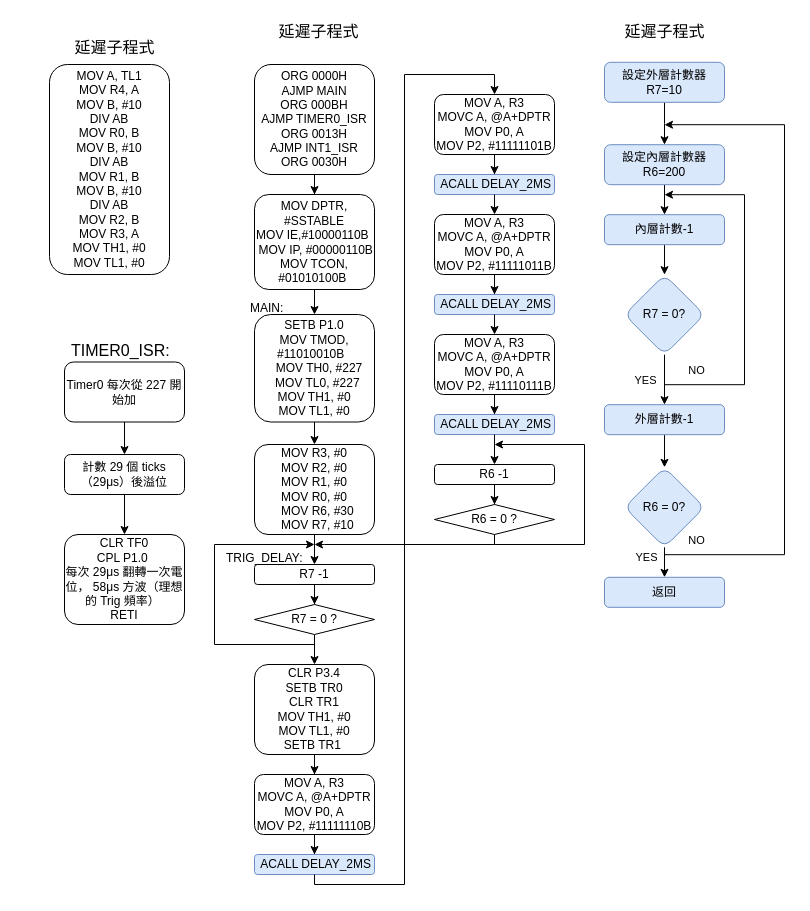
Earlier version of the draw.io diagram page "第 9 页" (9 of 9) of 未命名绘图.drawio (piting1104/se2). Source tidied: cells renumbered, new cells numbered last; positions are measured from the earlier drawing's top-left corner, leaving out a move shared by most shapes. Both pictures are drawn from the tidied source at 100%, with x=0, y=0 at pixel (49, 16).
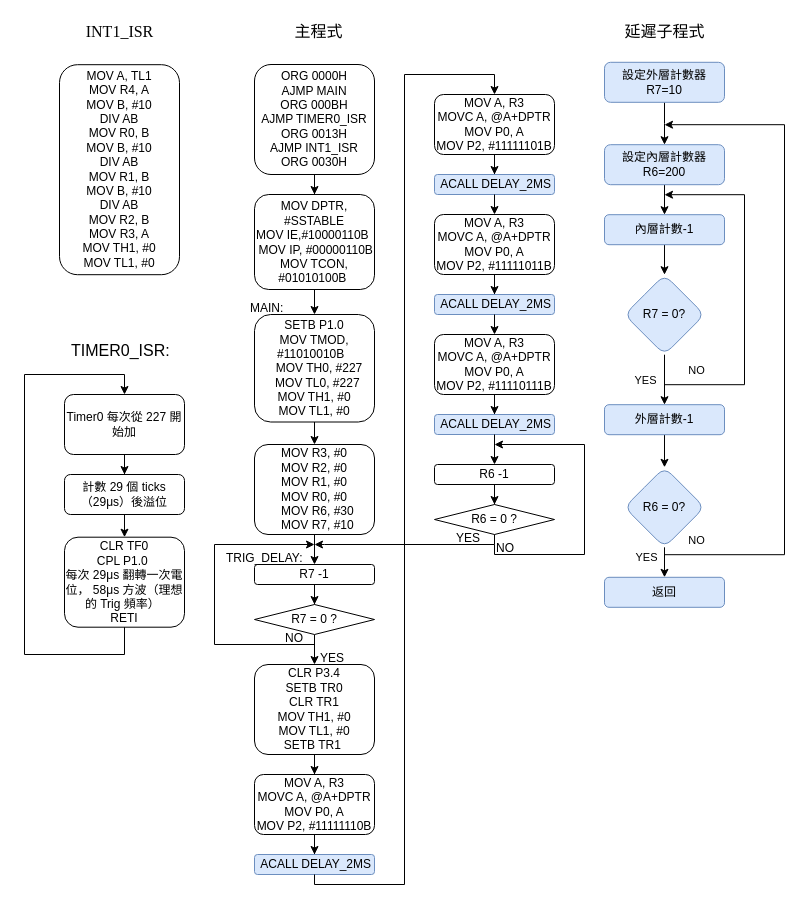
The same page after the edit.

Commit message:
更新未命名绘图.drawio

What changed in the source:
```diff
@@
     <mxCell id="37" style="endArrow=classic;html=1;rounded=0;edgeStyle=orthogonalEdgeStyle;" parent="1" edge="1">
       <mxGeometry relative="1" as="geometry">
         <mxPoint x="445" y="528" as="sourcePoint" />
         <mxPoint x="445" y="428" as="targetPoint" />
         <Array as="points">
-          <mxPoint x="535" y="528" />
+          <mxPoint x="445" y="538" />
+          <mxPoint x="535" y="538" />
           <mxPoint x="535" y="428" />
         </Array>
       </mxGeometry>
     </mxCell>
@@
     <mxCell id="40" value="&lt;div&gt;MOV A, TL1&lt;/div&gt;&lt;div&gt;&lt;span style=&quot;background-color: transparent; color: light-dark(rgb(0, 0, 0), rgb(255, 255, 255));&quot;&gt;MOV R4, A&lt;/span&gt;&lt;/div&gt;&lt;div&gt;&lt;span style=&quot;background-color: transparent; color: light-dark(rgb(0, 0, 0), rgb(255, 255, 255));&quot;&gt;MOV B, #10&lt;/span&gt;&lt;/div&gt;&lt;div&gt;&lt;span style=&quot;background-color: transparent; color: light-dark(rgb(0, 0, 0), rgb(255, 255, 255));&quot;&gt;DIV AB&lt;/span&gt;&lt;/div&gt;&lt;div&gt;&lt;span style=&quot;background-color: transparent; color: light-dark(rgb(0, 0, 0), rgb(255, 255, 255));&quot;&gt;MOV R0, B&lt;/span&gt;&lt;/div&gt;&lt;div&gt;&lt;span style=&quot;background-color: transparent; color: light-dark(rgb(0, 0, 0), rgb(255, 255, 255));&quot;&gt;MOV B, #10&lt;/span&gt;&lt;/div&gt;&lt;div&gt;DIV AB&lt;/div&gt;&lt;div&gt;&lt;span style=&quot;background-color: transparent; color: light-dark(rgb(0, 0, 0), rgb(255, 255, 255));&quot;&gt;MOV R1, B&lt;/span&gt;&lt;/div&gt;&lt;div&gt;MOV B, #10&lt;/div&gt;&lt;div&gt;&lt;span style=&quot;background-color: transparent; color: light-dark(rgb(0, 0, 0), rgb(255, 255, 255));&quot;&gt;DIV AB&lt;/span&gt;&lt;/div&gt;&lt;div&gt;MOV R2, B&lt;/div&gt;&lt;div&gt;&lt;span style=&quot;background-color: transparent; color: light-dark(rgb(0, 0, 0), rgb(255, 255, 255));&quot;&gt;MOV R3, A&lt;/span&gt;&lt;/div&gt;&lt;div&gt;&lt;span style=&quot;background-color: transparent; color: light-dark(rgb(0, 0, 0), rgb(255, 255, 255));&quot;&gt;MOV TH1, #0&lt;/span&gt;&lt;/div&gt;&lt;div&gt;&lt;span style=&quot;background-color: transparent; color: light-dark(rgb(0, 0, 0), rgb(255, 255, 255));&quot;&gt;MOV TL1, #0&lt;/span&gt;&lt;/div&gt;" style="rounded=1;whiteSpace=wrap;html=1;" parent="1" vertex="1">
-      <mxGeometry y="48" width="120" height="210" as="geometry" />
+      <mxGeometry x="10" y="48.2" width="120" height="210" as="geometry" />
     </mxCell>
     <mxCell id="41" value="CLR TF0&lt;div&gt;CPL P1.0&amp;nbsp;&lt;/div&gt;&lt;div&gt;每次 29μs 翻轉一次電位， 58μs 方波（理想的 Trig 頻率）&amp;nbsp;&lt;/div&gt;&lt;div&gt;RETI&lt;/div&gt;" style="rounded=1;whiteSpace=wrap;html=1;" parent="1" vertex="1">
-      <mxGeometry x="15" y="518" width="120" height="90" as="geometry" />
+      <mxGeometry x="15" y="520.7" width="120" height="90" as="geometry" />
     </mxCell>
@@
-    <mxCell id="63" value="延遲子程式" style="text;html=1;align=center;verticalAlign=middle;strokeColor=none;fillColor=none;fontSize=16;fontFamily=Times New Roman;" parent="1" vertex="1">
-      <mxGeometry x="15" y="15.8" width="100" height="30" as="geometry" />
+    <mxCell id="63" value="INT1_ISR" style="text;html=1;align=center;verticalAlign=middle;strokeColor=none;fillColor=none;fontSize=16;fontFamily=Times New Roman;" parent="1" vertex="1">
+      <mxGeometry x="25" y="0.2" width="90" height="30" as="geometry" />
     </mxCell>
-    <mxCell id="64" value="延遲子程式" style="text;html=1;align=center;verticalAlign=middle;strokeColor=none;fillColor=none;fontSize=16;fontFamily=Times New Roman;" parent="1" vertex="1">
-      <mxGeometry x="219" y="0.2" width="100" height="30" as="geometry" />
+    <mxCell id="64" value="主程式" style="text;html=1;align=center;verticalAlign=middle;strokeColor=none;fillColor=none;fontSize=16;fontFamily=Times New Roman;" parent="1" vertex="1">
+      <mxGeometry x="234" y="0.2" width="70" height="30" as="geometry" />
     </mxCell>
@@
     <mxCell id="66" value="Timer0 每次從 227 開始加" style="rounded=1;whiteSpace=wrap;html=1;" parent="1" vertex="1">
-      <mxGeometry x="15" y="345.5" width="120" height="60" as="geometry" />
+      <mxGeometry x="15" y="378" width="120" height="60" as="geometry" />
     </mxCell>
@@
     <mxCell id="68" value="計數 29 個 ticks（29μs）後溢位" style="rounded=1;whiteSpace=wrap;html=1;" parent="1" vertex="1">
-      <mxGeometry x="15" y="438" width="120" height="40" as="geometry" />
+      <mxGeometry x="15" y="458" width="120" height="40" as="geometry" />
     </mxCell>
+    <mxCell id="69" style="endArrow=classic;html=1;rounded=0;exitX=0.5;exitY=1;exitDx=0;exitDy=0;entryX=0.5;entryY=0;entryDx=0;entryDy=0;edgeStyle=orthogonalEdgeStyle;" parent="1" edge="1" source="41" target="66">
+      <mxGeometry relative="1" as="geometry">
+        <Array as="points">
+          <mxPoint x="75" y="638" />
+          <mxPoint x="-25" y="638" />
+          <mxPoint x="-25" y="358" />
+          <mxPoint x="75" y="358" />
+        </Array>
+      </mxGeometry>
+    </mxCell>
+    <mxCell id="70" value="YES" style="text;whiteSpace=wrap;" parent="1" vertex="1">
+      <mxGeometry x="269" y="628" width="60" height="20" as="geometry" />
+    </mxCell>
+    <mxCell id="71" value="NO" style="text;whiteSpace=wrap;" parent="1" vertex="1">
+      <mxGeometry x="234" y="608" width="60" height="20" as="geometry" />
+    </mxCell>
+    <mxCell id="72" value="YES" style="text;whiteSpace=wrap;" parent="1" vertex="1">
+      <mxGeometry x="405" y="508" width="60" height="20" as="geometry" />
+    </mxCell>
+    <mxCell id="73" value="NO" style="text;whiteSpace=wrap;" parent="1" vertex="1">
+      <mxGeometry x="445" y="518.2" width="60" height="20" as="geometry" />
+    </mxCell>
```
